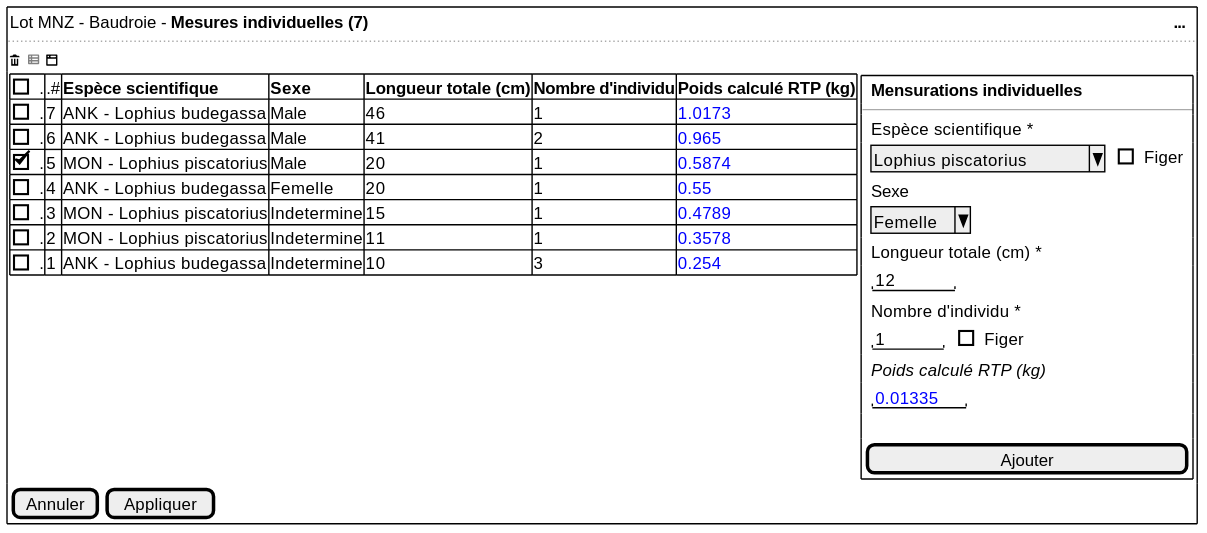
Earlier version of the PlantUML export projects/common/spe/images/individual-measures.svg (sumaris-net/sumaris-doc).
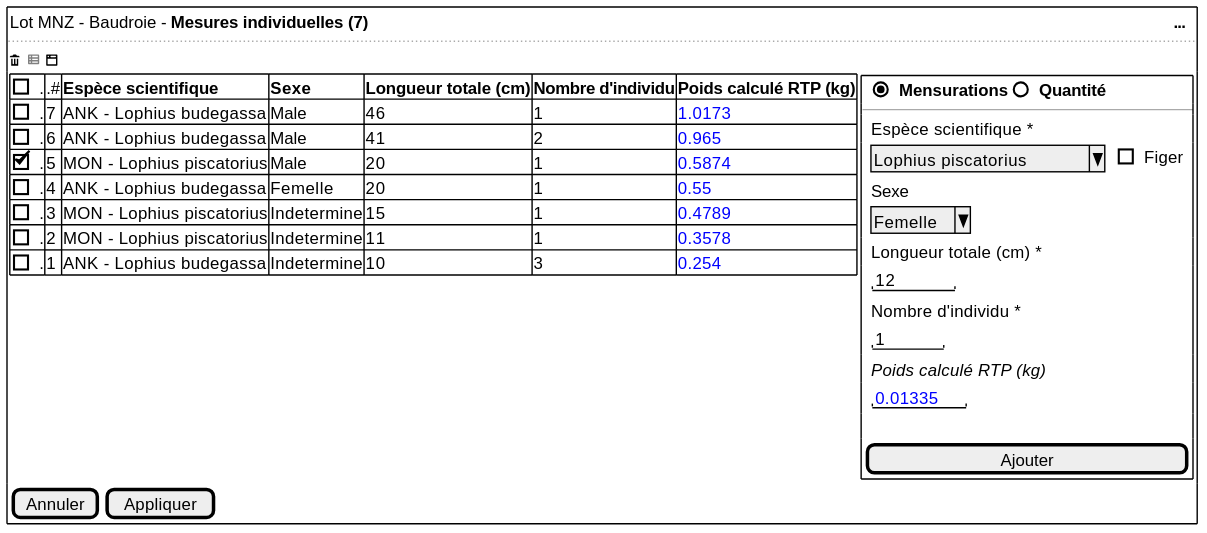
The same file after the commit.

The edit, as a diff of the source:
```diff
@@ -18,8 +18,7 @@
 
     {
       {+
-        { | . |  <b>Mensurations individuelles| }
-
+        { | . | (X)  <b>Mensurations | ()  <b>Quantité | . | . | . | . | . }
         --
         { | . | Espèce scientifique *  | . }
         { | . | ^Lophius piscatorius^   | .  | [ ] Figer }
@@ -31,7 +30,7 @@
         { | . | "   12  "  }
 
         { | . | Nombre d'individu * | .  }
-        { | . | "   1  "  | .  | [ ] Figer }
+        { | . | "   1  "  | .   }
 
         { | . | <i>Poids calculé RTP (kg)  | . }
         { | . | "<color:blue>0.01335 " | .  }
```
